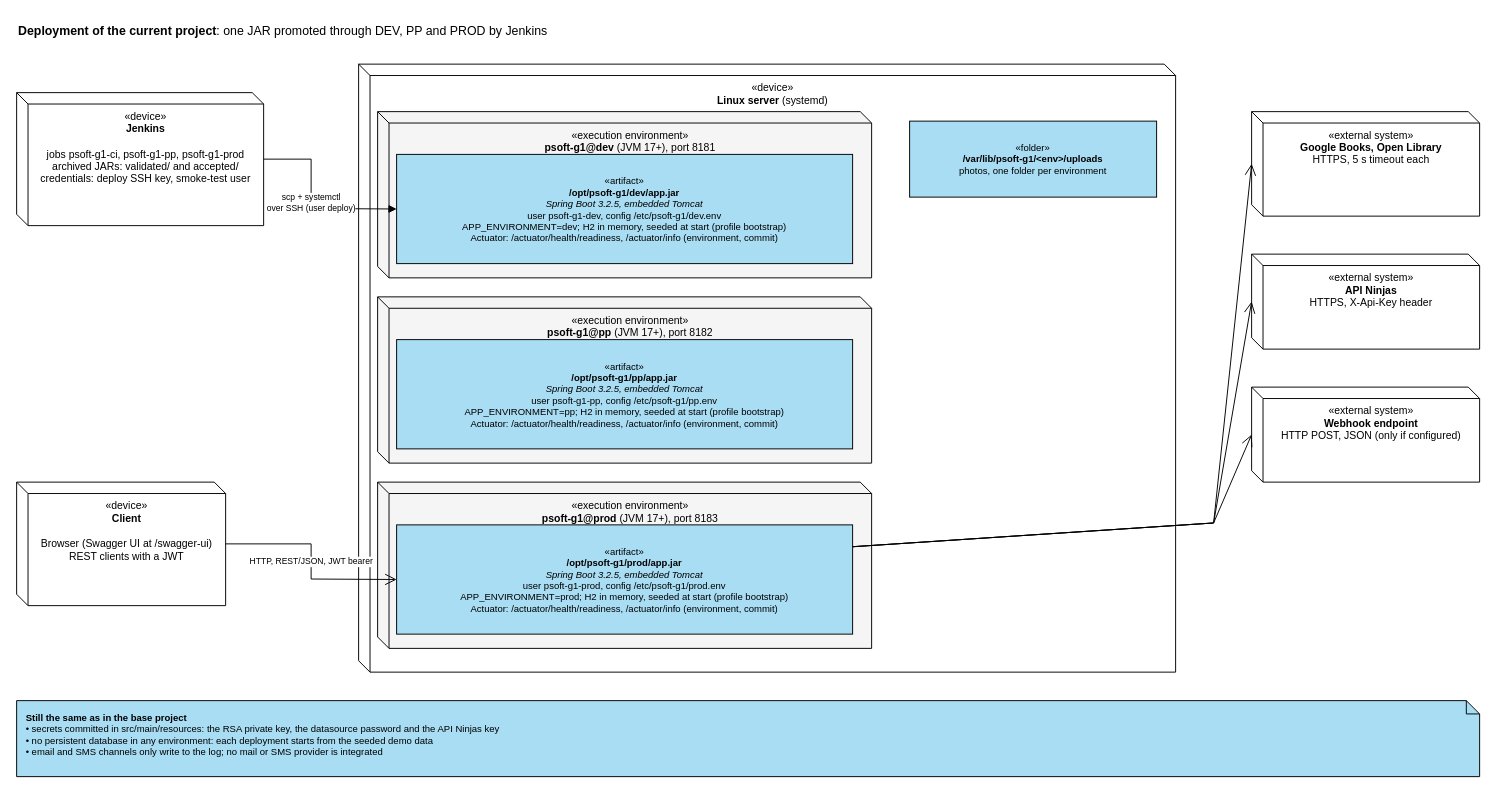
Before: page "Deployment (current)" (1 of 3) of docs/lmRedesign/system-current/current-project-state.drawio in DiogoMotaCarvalho/arqsoft-lms-2026, a draw.io diagram. Source tidied: cells renumbered, new cells numbered last; positions are measured from the earlier drawing's top-left corner, leaving out a move shared by most shapes. Both pictures are drawn from the tidied source at 95%, with x=0, y=0 at pixel (16, 16).
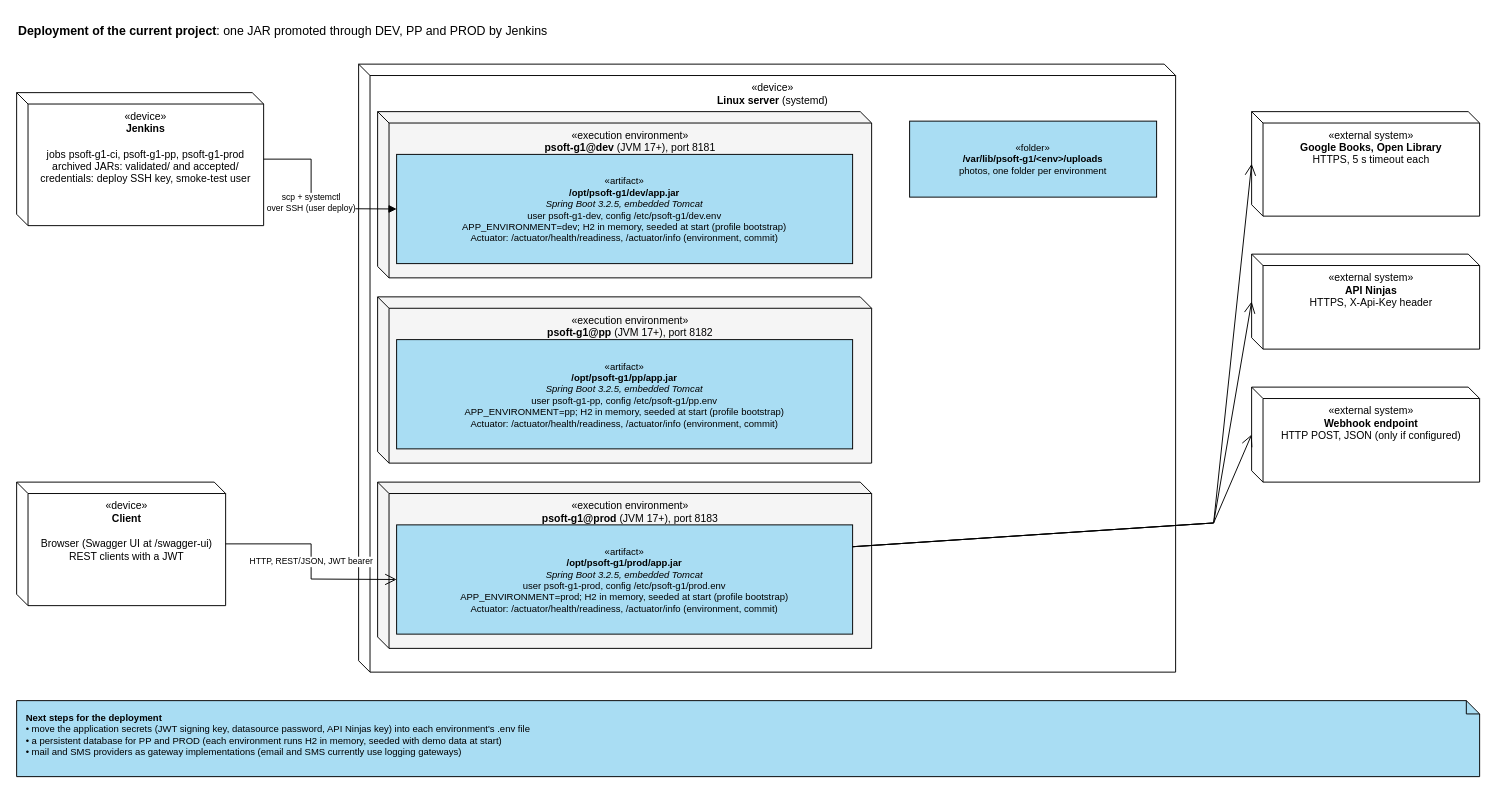
The same diagram, later.

The edit, as a diff of the source:
```diff
@@
-    <mxCell id="21" value="&lt;b&gt;Still the same as in the base project&lt;/b&gt;&lt;br&gt;• secrets committed in src/main/resources: the RSA private key, the datasource password and the API Ninjas key&lt;br&gt;• no persistent database in any environment: each deployment starts from the seeded demo data&lt;br&gt;• email and SMS channels only write to the log; no mail or SMS provider is integrated" style="shape=note;whiteSpace=wrap;html=1;size=14;fillColor=#A9DDF3;strokeColor=#000000;fontSize=10;align=left;spacingLeft=8;verticalAlign=top;spacingTop=6;" parent="1" vertex="1">
+    <mxCell id="21" value="&lt;b&gt;Next steps for the deployment&lt;/b&gt;&lt;br&gt;• move the application secrets (JWT signing key, datasource password, API Ninjas key) into each environment's .env file&lt;br&gt;• a persistent database for PP and PROD (each environment runs H2 in memory, seeded with demo data at start)&lt;br&gt;• mail and SMS providers as gateway implementations (email and SMS currently use logging gateways)" style="shape=note;whiteSpace=wrap;html=1;size=14;fillColor=#A9DDF3;strokeColor=#000000;fontSize=10;align=left;spacingLeft=8;verticalAlign=top;spacingTop=6;" parent="1" vertex="1">
       <mxGeometry y="720" width="1540" height="80" as="geometry" />
     </mxCell>
```
